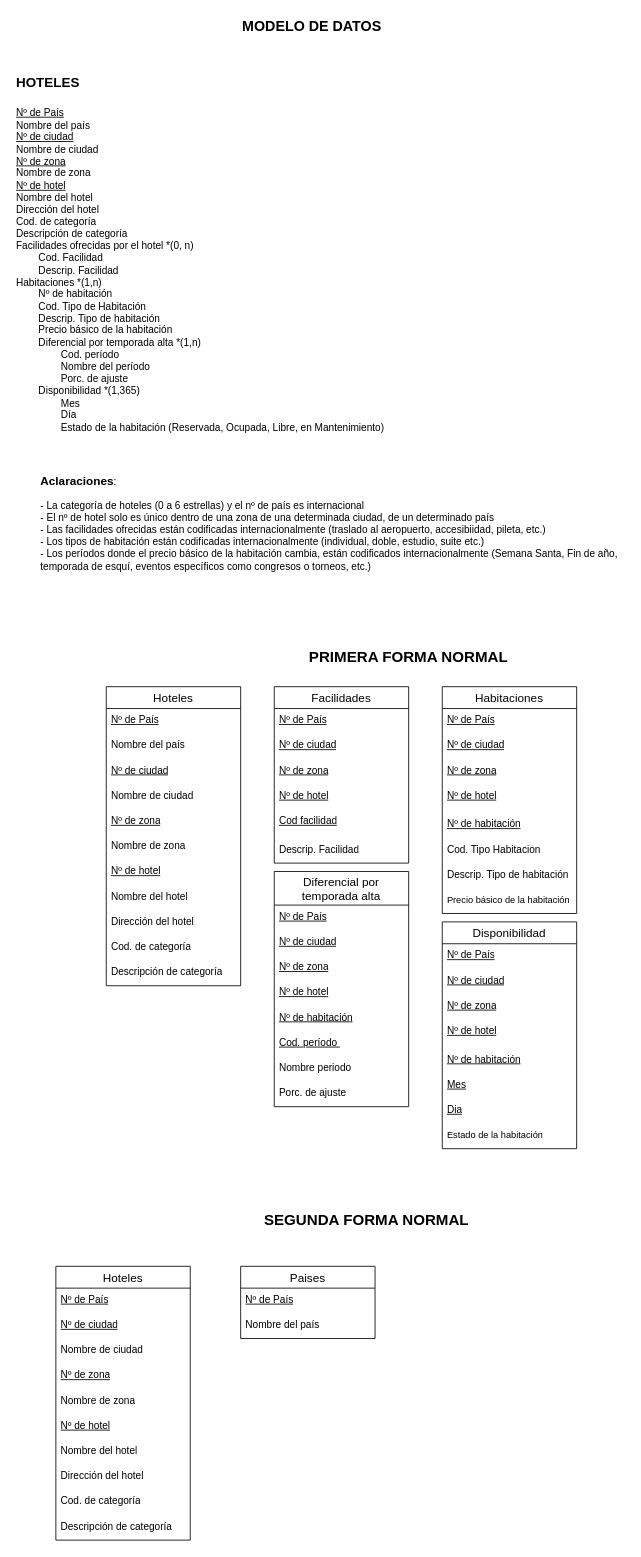
Before: Diagrama-Entidad-Relacion.drawio in FrancoSimonFormia/TP-Hoteles-DABD-Grupo11, a draw.io diagram. Source tidied: cells renumbered, new cells numbered last; positions are measured from the earlier drawing's top-left corner, leaving out a move shared by most shapes. Both pictures are drawn from the tidied source at 84%, with x=0, y=0 at pixel (14, 14).
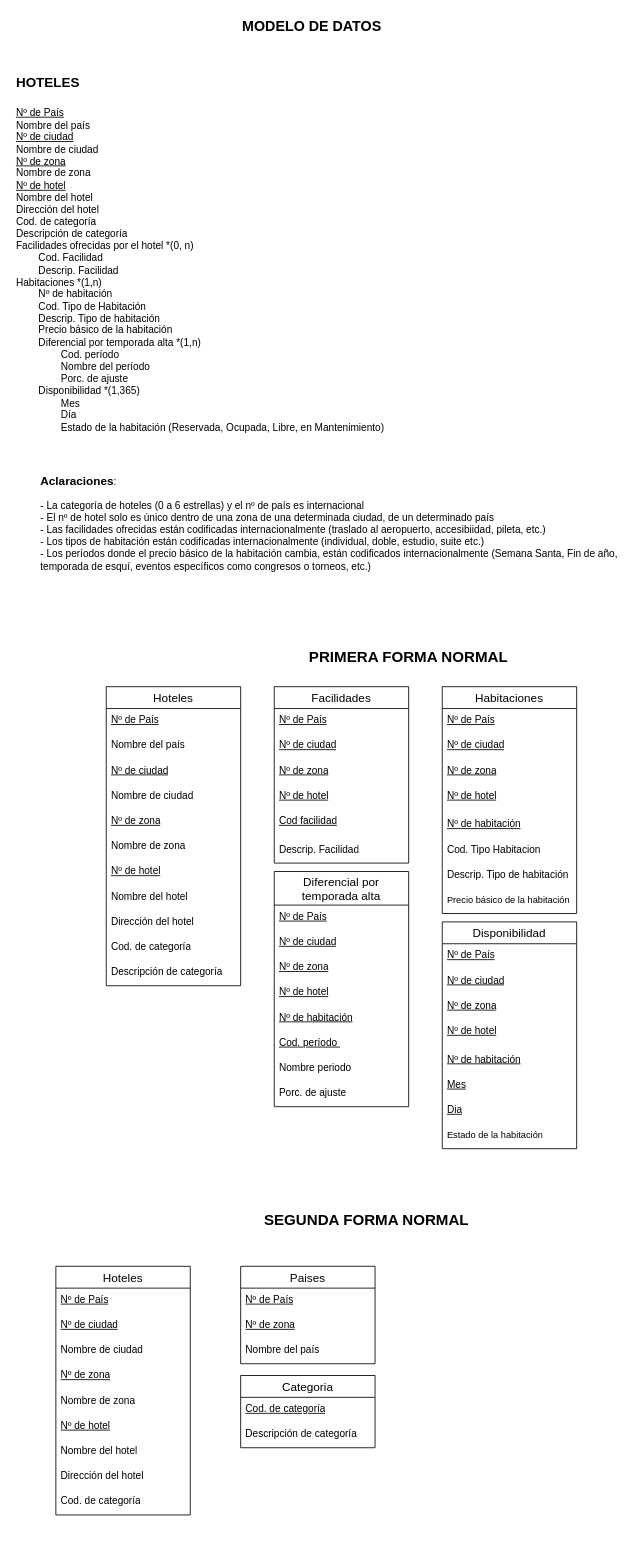
The same page after the edit.

Commit message:
Implemento una tabla para categorias

The edit, as a diff of the source:
```diff
@@
     <mxCell id="53" value="Paises" style="swimlane;fontStyle=0;horizontal=1;startSize=26;align=center;fontSize=14;" parent="1" vertex="1">
-      <mxGeometry x="269" y="1490" width="160" height="86" as="geometry" />
+      <mxGeometry x="269" y="1490" width="160" height="116" as="geometry" />
     </mxCell>
@@
+    <mxCell id="67" value="&lt;u&gt;Nº de zona&lt;/u&gt;&lt;div&gt;&lt;br&gt;&lt;/div&gt;" style="text;strokeColor=none;fillColor=none;spacingLeft=4;spacingRight=4;overflow=hidden;fontSize=12;whiteSpace=wrap;html=1;" parent="53" vertex="1">
+      <mxGeometry y="56" width="160" height="30" as="geometry" />
+    </mxCell>
     <mxCell id="55" value="Nombre del país" style="text;strokeColor=none;fillColor=none;spacingLeft=4;spacingRight=4;overflow=hidden;fontSize=12;whiteSpace=wrap;html=1;" parent="53" vertex="1">
-      <mxGeometry y="56" width="160" height="30" as="geometry" />
+      <mxGeometry y="86" width="160" height="30" as="geometry" />
     </mxCell>
     <mxCell id="56" value="Hoteles" style="swimlane;fontStyle=0;horizontal=1;startSize=26;align=center;fontSize=14;" parent="1" vertex="1">
-      <mxGeometry x="49" y="1490" width="160" height="326" as="geometry" />
+      <mxGeometry x="49" y="1490" width="160" height="296" as="geometry" />
     </mxCell>
@@
+    <mxCell id="68" value="Categoria" style="swimlane;fontStyle=0;horizontal=1;startSize=26;align=center;fontSize=14;" parent="1" vertex="1">
+      <mxGeometry x="269" y="1620" width="160" height="86" as="geometry" />
+    </mxCell>
+    <mxCell id="69" value="Cod. de categoría&lt;div&gt;&lt;br&gt;&lt;/div&gt;" style="text;strokeColor=none;fillColor=none;spacingLeft=4;spacingRight=4;overflow=hidden;fontSize=12;whiteSpace=wrap;html=1;fontStyle=4;" parent="68" vertex="1">
+      <mxGeometry y="26" width="160" height="30" as="geometry" />
+    </mxCell>
-    <mxCell id="66" value="Descripción de categoría&lt;div&gt;&lt;br/&gt;&lt;/div&gt;" style="text;strokeColor=none;fillColor=none;spacingLeft=4;spacingRight=4;overflow=hidden;fontSize=12;whiteSpace=wrap;html=1;" parent="56" vertex="1">
-      <mxGeometry y="296" width="160" height="30" as="geometry" />
+    <mxCell id="66" value="Descripción de categoría&lt;div&gt;&lt;br/&gt;&lt;/div&gt;" style="text;strokeColor=none;fillColor=none;spacingLeft=4;spacingRight=4;overflow=hidden;fontSize=12;whiteSpace=wrap;html=1;" parent="68" vertex="1">
+      <mxGeometry y="56" width="160" height="30" as="geometry" />
     </mxCell>
```
